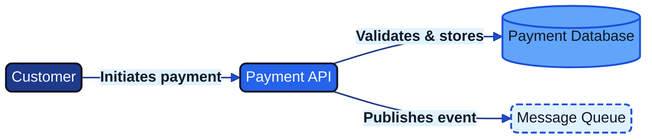
This is docs/images/diagram_22_mermaid_example.png from Geonitab/architecture_as_code, a Mermaid export, as it was before one commit. Its source is kept beside it as docs/images/diagram_22_mermaid_example.mmd.
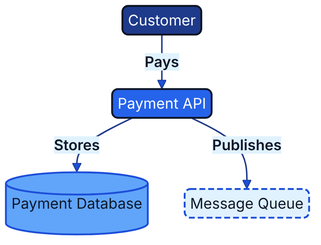
Later version of the same file.

What changed in the source:
```diff
@@ -1,4 +1,4 @@
-graph LR
-    User[Customer]:::geon-primary -->|Initiates payment| API[Payment API]:::geon-accent
-    API -->|Validates & stores| DB[(Payment Database)]:::geon-highlight
-    API -->|Publishes event| Queue[Message Queue]:::geon-muted
+graph TB
+    User[Customer]:::geon-primary -->|Pays| API[Payment API]:::geon-accent
+    API -->|Stores| DB[(Payment Database)]:::geon-highlight
+    API -->|Publishes| Queue[Message Queue]:::geon-muted
```
